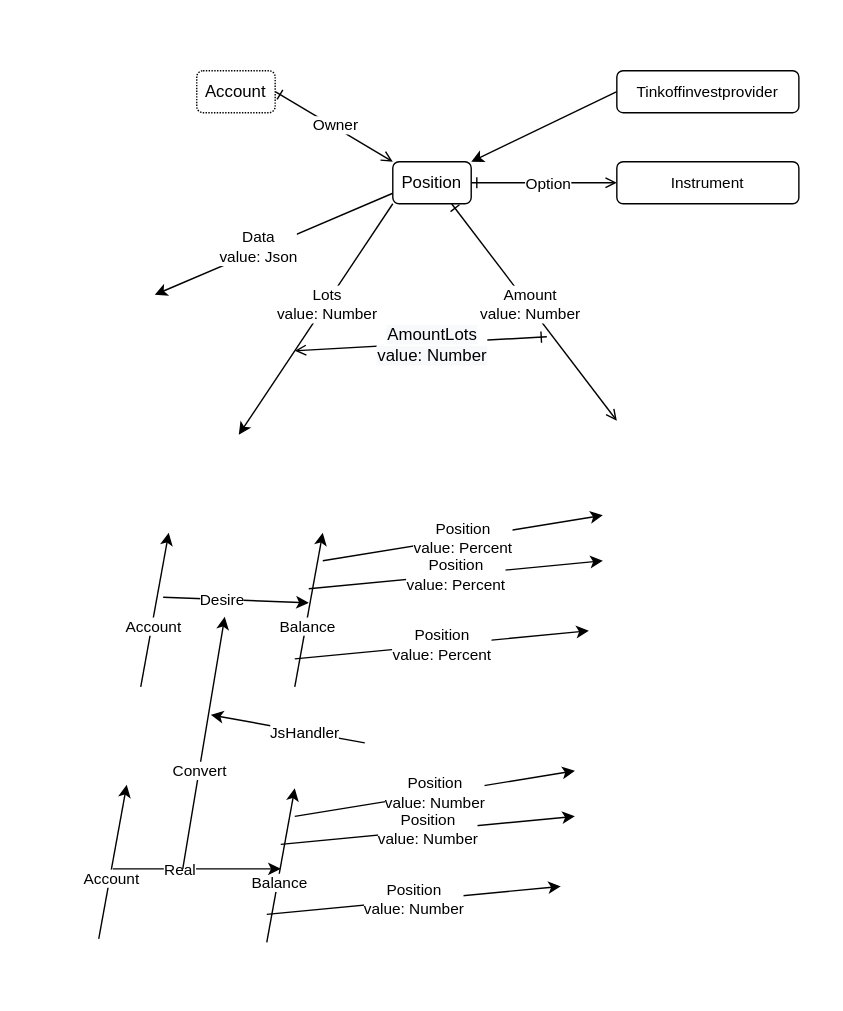
The draw.io diagram src/position/Position.drawio.svg in suenot/deep-tinkoff-invest-api, before a commit. Source tidied: cells renumbered, new cells last; positions are measured from the earlier drawing's top-left corner, leaving out a move shared by most shapes.
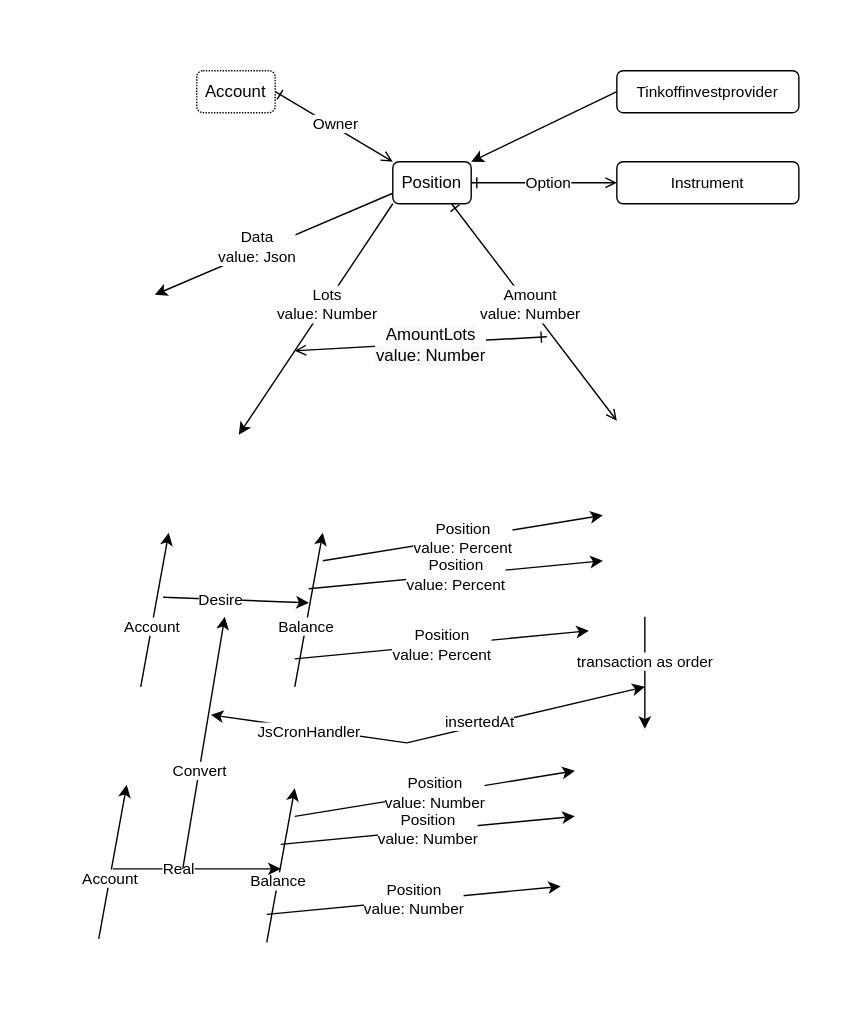
After the change.

What changed in the source:
```diff
@@ -166,12 +166,34 @@
     </mxCell>
     <mxCell id="40" style="edgeStyle=none;html=1;" parent="1" edge="1">
       <mxGeometry relative="1" as="geometry">
-        <mxPoint x="260" y="530" as="sourcePoint" />
+        <mxPoint x="290" y="530" as="sourcePoint" />
         <mxPoint x="150" y="510" as="targetPoint" />
       </mxGeometry>
     </mxCell>
-    <mxCell id="41" value="JsHandler" style="edgeLabel;html=1;align=center;verticalAlign=middle;" parent="40" vertex="1">
-      <mxGeometry x="-0.21" relative="1" as="geometry" />
+    <mxCell id="41" value="JsCronHandler" style="edgeLabel;html=1;align=center;verticalAlign=middle;" parent="40" vertex="1">
+      <mxGeometry x="-0.21" relative="1" as="geometry">
+        <mxPoint x="-15" as="offset" />
+      </mxGeometry>
     </mxCell>
+    <mxCell id="42" style="edgeStyle=none;html=1;" parent="1" edge="1">
+      <mxGeometry relative="1" as="geometry">
+        <mxPoint x="290" y="530" as="sourcePoint" />
+        <mxPoint x="460" y="490" as="targetPoint" />
+      </mxGeometry>
+    </mxCell>
+    <mxCell id="43" value="insertedAt" style="edgeLabel;html=1;align=center;verticalAlign=middle;" parent="42" vertex="1">
+      <mxGeometry x="-0.21" relative="1" as="geometry">
+        <mxPoint x="-15" as="offset" />
+      </mxGeometry>
+    </mxCell>
+    <mxCell id="44" style="edgeStyle=none;html=1;" parent="1" edge="1">
+      <mxGeometry relative="1" as="geometry">
+        <mxPoint x="460" y="440" as="sourcePoint" />
+        <mxPoint x="460" y="520" as="targetPoint" />
+      </mxGeometry>
+    </mxCell>
+    <mxCell id="45" value="transaction as order" style="edgeLabel;html=1;align=center;verticalAlign=middle;" parent="44" vertex="1">
+      <mxGeometry x="-0.21" relative="1" as="geometry" />
+    </mxCell>
   </root>
 </mxGraphModel>
```
